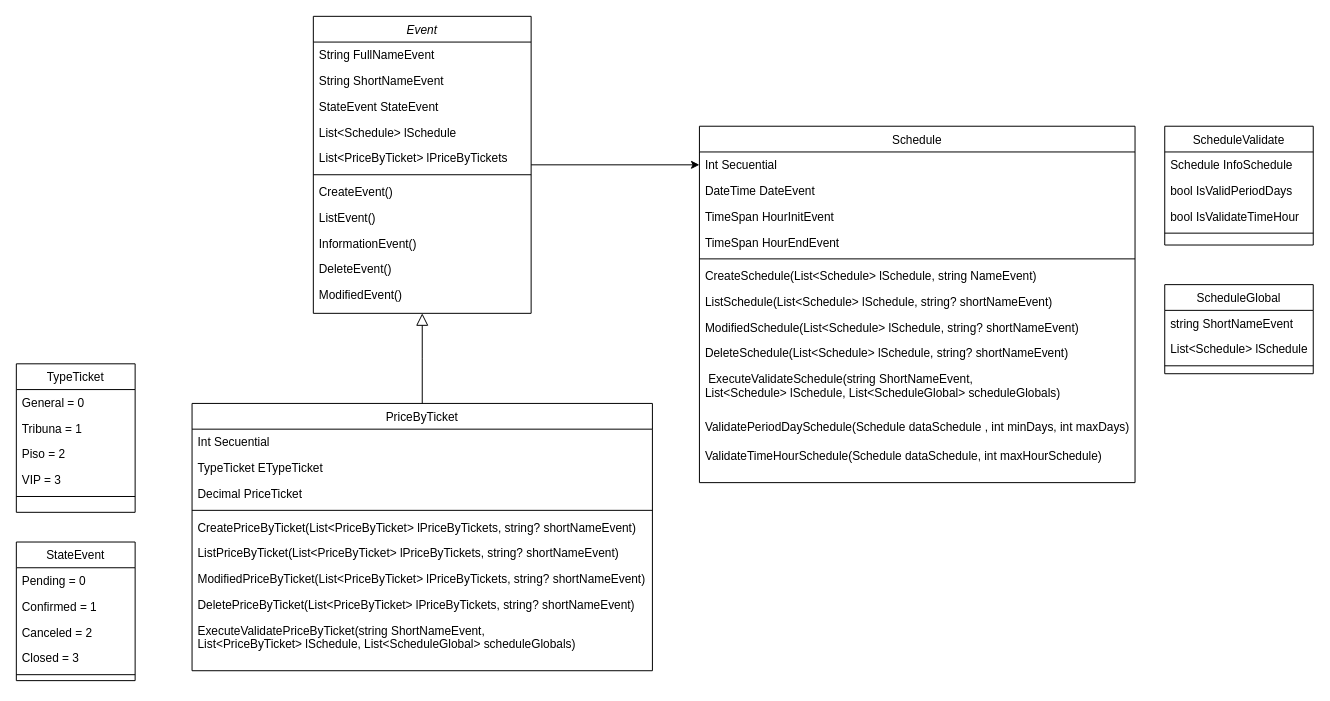
Before: Diagrama de clases.drawio in grosadoa/ConsoleBookingAppointment, a draw.io diagram. Source tidied: cells renumbered, new cells numbered last; positions are measured from the earlier drawing's top-left corner, leaving out a move shared by most shapes. Both pictures are drawn from the tidied source at 99%, with x=0, y=0 at pixel (16, 16).
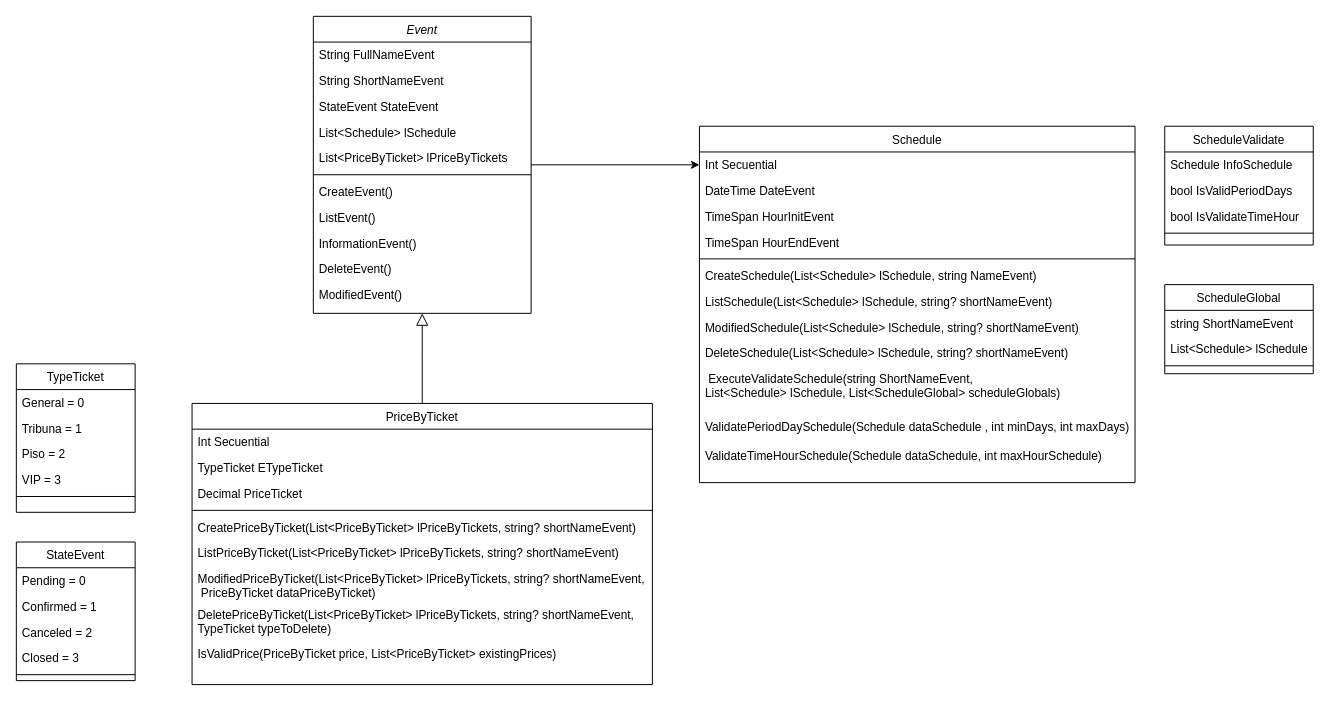
After the change.

Diff of the diagram source:
```diff
@@
     <mxCell id="14" value="PriceByTicket" style="swimlane;fontStyle=0;align=center;verticalAlign=top;horizontal=1;startSize=26;rounded=0;shadow=0;strokeWidth=1;" parent="1" vertex="1">
-      <mxGeometry x="177.5" y="391" width="465" height="270" as="geometry" />
+      <mxGeometry x="177.5" y="391" width="465" height="284" as="geometry" />
     </mxCell>
@@
-    <mxCell id="21" value="ModifiedPriceByTicket(List&lt;PriceByTicket&gt; lPriceByTickets, string? shortNameEvent)" style="text;align=left;verticalAlign=top;spacingLeft=4;spacingRight=4;overflow=hidden;" parent="14" vertex="1">
-      <mxGeometry y="164" width="465" height="26" as="geometry" />
+    <mxCell id="21" value="ModifiedPriceByTicket(List&lt;PriceByTicket&gt; lPriceByTickets, string? shortNameEvent,&#10; PriceByTicket dataPriceByTicket)" style="text;align=left;verticalAlign=top;spacingLeft=4;spacingRight=4;overflow=hidden;" parent="14" vertex="1">
+      <mxGeometry y="164" width="465" height="36" as="geometry" />
     </mxCell>
-    <mxCell id="22" value="DeletePriceByTicket(List&lt;PriceByTicket&gt; lPriceByTickets, string? shortNameEvent)" style="text;align=left;verticalAlign=top;spacingLeft=4;spacingRight=4;overflow=hidden;" parent="14" vertex="1">
-      <mxGeometry y="190" width="465" height="26" as="geometry" />
+    <mxCell id="22" value="DeletePriceByTicket(List&lt;PriceByTicket&gt; lPriceByTickets, string? shortNameEvent, &#10;TypeTicket typeToDelete)" style="text;align=left;verticalAlign=top;spacingLeft=4;spacingRight=4;overflow=hidden;" parent="14" vertex="1">
+      <mxGeometry y="200" width="465" height="40" as="geometry" />
     </mxCell>
-    <mxCell id="23" value="ExecuteValidatePriceByTicket(string ShortNameEvent, &#10;List&lt;PriceByTicket&gt; lSchedule, List&lt;ScheduleGlobal&gt; scheduleGlobals)" style="text;align=left;verticalAlign=top;spacingLeft=4;spacingRight=4;overflow=hidden;" parent="14" vertex="1">
-      <mxGeometry y="216" width="465" height="44" as="geometry" />
+    <mxCell id="23" value="IsValidPrice(PriceByTicket price, List&lt;PriceByTicket&gt; existingPrices)" style="text;align=left;verticalAlign=top;spacingLeft=4;spacingRight=4;overflow=hidden;" parent="14" vertex="1">
+      <mxGeometry y="240" width="465" height="44" as="geometry" />
     </mxCell>
```
